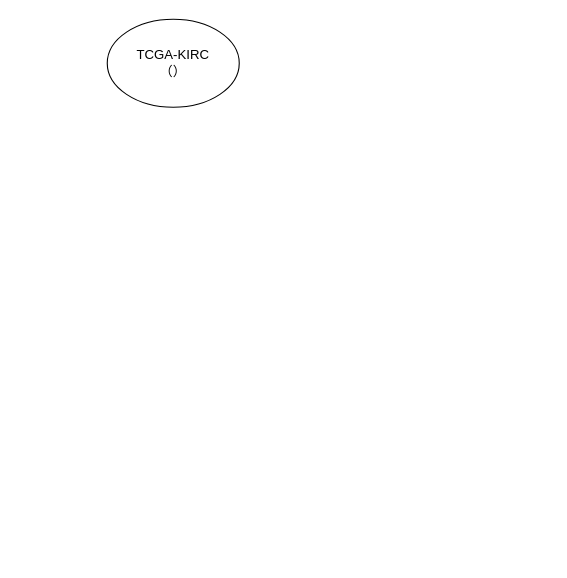
Earlier version of the draw.io diagram Untitled Diagram.drawio (gnilihzeux/Bioinformatics_Pipeline). Source tidied: cells renumbered, new cells numbered last; positions are measured from the earlier drawing's top-left corner, leaving out a move shared by most shapes. Both pictures are drawn from the tidied source at 110%, with x=0, y=0 at pixel (107, 19).
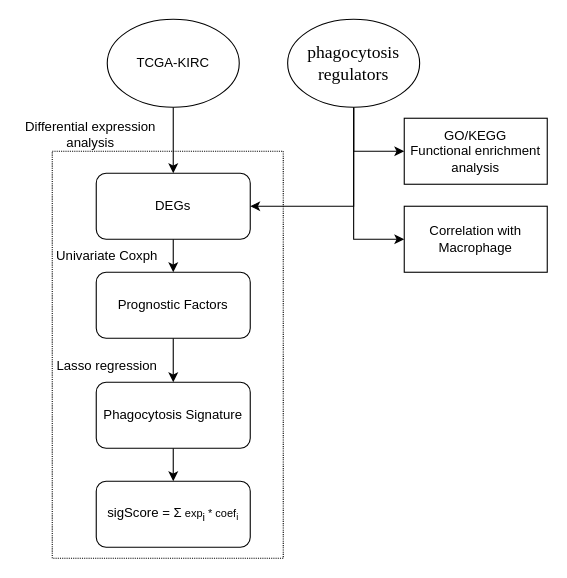
The same diagram, later.

The edit, as a diff of the source:
```diff
@@
+    <mxCell id="3" style="edgeStyle=orthogonalEdgeStyle;rounded=0;jettySize=auto;html=1;exitX=0.5;exitY=1;exitDx=0;exitDy=0;" parent="1" edge="1" source="2" target="5">
+      <mxGeometry relative="1" as="geometry" />
+    </mxCell>
-    <mxCell id="2" value="TCGA-KIRC&lt;br&gt;（）" style="ellipse;whiteSpace=wrap;html=1;" parent="1" vertex="1">
+    <mxCell id="2" value="TCGA-KIRC" style="ellipse;whiteSpace=wrap;html=1;" parent="1" vertex="1">
       <mxGeometry width="120" height="80" as="geometry" />
     </mxCell>
+    <mxCell id="4" style="edgeStyle=orthogonalEdgeStyle;rounded=0;jettySize=auto;html=1;exitX=0.5;exitY=1;exitDx=0;exitDy=0;entryX=0.5;entryY=0;entryDx=0;entryDy=0;" parent="1" edge="1" source="5" target="11">
+      <mxGeometry relative="1" as="geometry" />
+    </mxCell>
+    <mxCell id="5" value="DEGs" style="rounded=1;whiteSpace=wrap;html=1;" parent="1" vertex="1">
+      <mxGeometry x="-10" y="140" width="140" height="60" as="geometry" />
+    </mxCell>
+    <mxCell id="6" style="edgeStyle=orthogonalEdgeStyle;rounded=0;jettySize=auto;html=1;entryX=0;entryY=0.5;entryDx=0;entryDy=0;exitX=0.5;exitY=1;exitDx=0;exitDy=0;" parent="1" edge="1" source="9" target="16">
+      <mxGeometry relative="1" as="geometry" />
+    </mxCell>
+    <mxCell id="7" style="edgeStyle=orthogonalEdgeStyle;rounded=0;jettySize=auto;html=1;entryX=0;entryY=0.5;entryDx=0;entryDy=0;" parent="1" edge="1" source="9" target="17">
+      <mxGeometry relative="1" as="geometry" />
+    </mxCell>
+    <mxCell id="8" style="edgeStyle=orthogonalEdgeStyle;rounded=0;jettySize=auto;html=1;entryX=1;entryY=0.5;entryDx=0;entryDy=0;" parent="1" edge="1" source="9" target="5">
+      <mxGeometry relative="1" as="geometry">
+        <Array as="points">
+          <mxPoint x="224" y="170" />
+        </Array>
+      </mxGeometry>
+    </mxCell>
+    <mxCell id="9" value="&lt;span lang=&quot;EN-US&quot; style=&quot;font-size: 12.0pt ; font-family: &amp;#34;times new roman&amp;#34; , serif&quot;&gt;phagocytosis&lt;br&gt;regulators&lt;br&gt;&lt;/span&gt;" style="ellipse;whiteSpace=wrap;html=1;" parent="1" vertex="1">
+      <mxGeometry x="164" width="120" height="80" as="geometry" />
+    </mxCell>
+    <mxCell id="10" style="edgeStyle=orthogonalEdgeStyle;rounded=0;jettySize=auto;html=1;" parent="1" edge="1" source="11" target="13">
+      <mxGeometry relative="1" as="geometry" />
+    </mxCell>
+    <mxCell id="11" value="Prognostic Factors&lt;br&gt;" style="rounded=1;whiteSpace=wrap;html=1;" parent="1" vertex="1">
+      <mxGeometry x="-10" y="230" width="140" height="60" as="geometry" />
+    </mxCell>
+    <mxCell id="12" style="edgeStyle=orthogonalEdgeStyle;rounded=0;jettySize=auto;html=1;" parent="1" edge="1" source="13" target="19">
+      <mxGeometry relative="1" as="geometry" />
+    </mxCell>
+    <mxCell id="13" value="Phagocytosis Signature" style="whiteSpace=wrap;html=1;rounded=1;" parent="1" vertex="1">
+      <mxGeometry x="-10" y="330" width="140" height="60" as="geometry" />
+    </mxCell>
+    <mxCell id="14" value="Differential expression&lt;br&gt;analysis" style="text;html=1;strokeColor=none;fillColor=none;align=center;verticalAlign=middle;whiteSpace=wrap;rounded=0;" parent="1" vertex="1">
+      <mxGeometry x="-80" y="90" width="130" height="30" as="geometry" />
+    </mxCell>
+    <mxCell id="15" value="Univariate Coxph" style="text;html=1;strokeColor=none;fillColor=none;align=center;verticalAlign=middle;whiteSpace=wrap;rounded=0;" parent="1" vertex="1">
+      <mxGeometry x="-50" y="200" width="100" height="30" as="geometry" />
+    </mxCell>
+    <mxCell id="16" value="GO/KEGG&lt;br&gt;Functional enrichment analysis" style="whiteSpace=wrap;html=1;" parent="1" vertex="1">
+      <mxGeometry x="270" y="90" width="130" height="60" as="geometry" />
+    </mxCell>
+    <mxCell id="17" value="Correlation with&lt;br&gt;Macrophage" style="whiteSpace=wrap;html=1;" parent="1" vertex="1">
+      <mxGeometry x="270" y="170" width="130" height="60" as="geometry" />
+    </mxCell>
+    <mxCell id="18" value="Lasso regression" style="text;html=1;strokeColor=none;fillColor=none;align=center;verticalAlign=middle;whiteSpace=wrap;rounded=0;" parent="1" vertex="1">
+      <mxGeometry x="-50" y="300" width="100" height="30" as="geometry" />
+    </mxCell>
+    <mxCell id="19" value="sigScore = Σ&lt;span style=&quot;font-size: 10px&quot;&gt;&amp;nbsp;&lt;/span&gt;&lt;span style=&quot;font-size: 10px&quot;&gt;exp&lt;/span&gt;&lt;sub&gt;i&amp;nbsp;&lt;/sub&gt;&lt;span style=&quot;font-size: 10px&quot;&gt;* coef&lt;sub&gt;i&lt;/sub&gt;&lt;/span&gt;" style="whiteSpace=wrap;html=1;rounded=1;" parent="1" vertex="1">
+      <mxGeometry x="-10" y="420" width="140" height="60" as="geometry" />
+    </mxCell>
+    <mxCell id="20" style="edgeStyle=orthogonalEdgeStyle;rounded=0;orthogonalLoop=1;jettySize=auto;html=1;exitX=0.5;exitY=1;exitDx=0;exitDy=0;" parent="1" edge="1" source="19" target="19">
+      <mxGeometry relative="1" as="geometry" />
+    </mxCell>
+    <mxCell id="21" style="rounded=0;whiteSpace=wrap;html=1;fillColor=none;dashed=1;dashPattern=1 1;" parent="1" vertex="1">
+      <mxGeometry x="-50" y="120" width="210" height="370" as="geometry" />
+    </mxCell>
```
